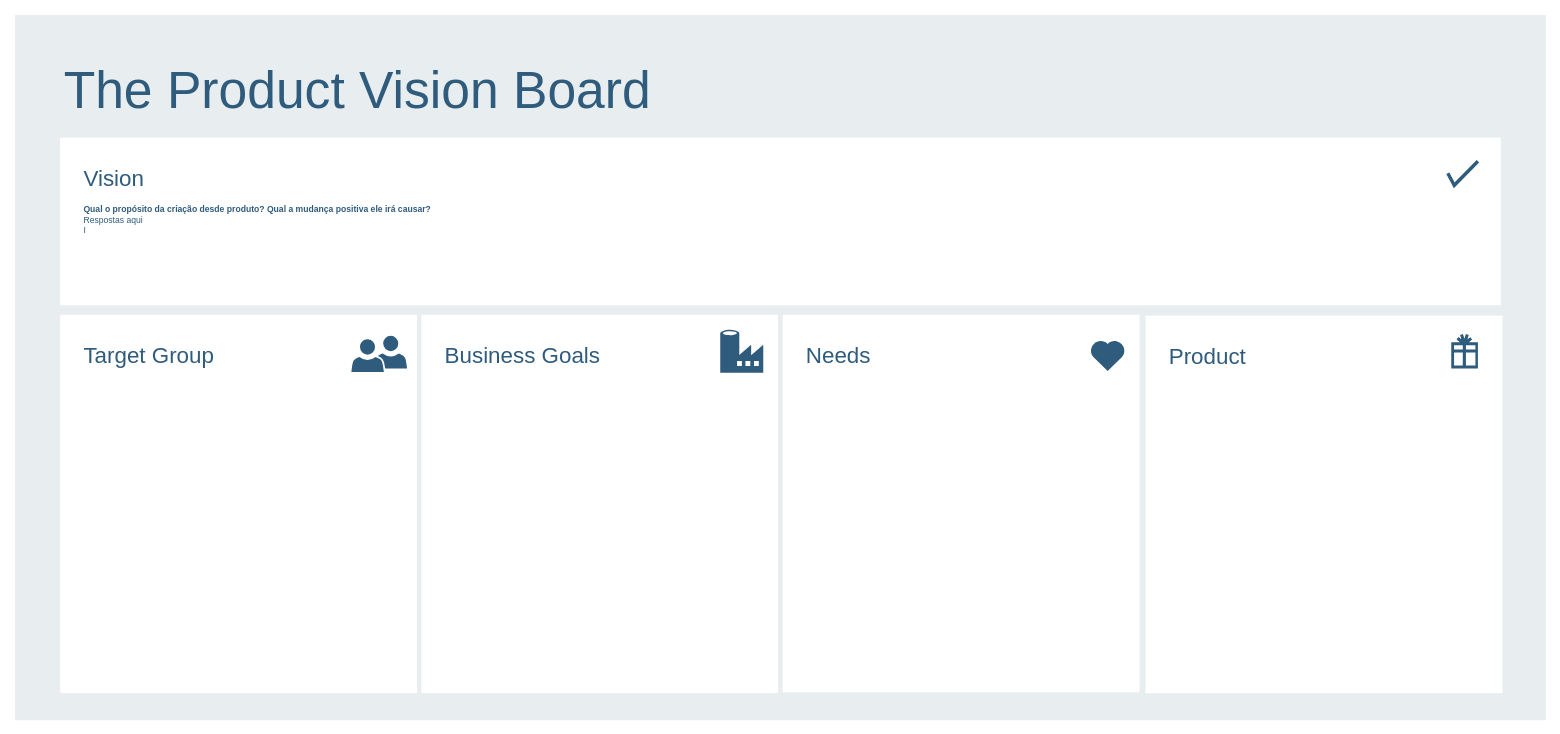
The draw.io diagram page "Product Vision Board" (2 of 2) of Canvas GRUPO M - Cryptotitulo.drawio in GiuseppeMP/fiap-grupo-m, before the edit. Source tidied: cells renumbered, new cells numbered last; positions are measured from the earlier drawing's top-left corner, leaving out a move shared by most shapes. Both pictures are drawn from the tidied source at 86%, with x=0, y=0 at pixel (15, 15).
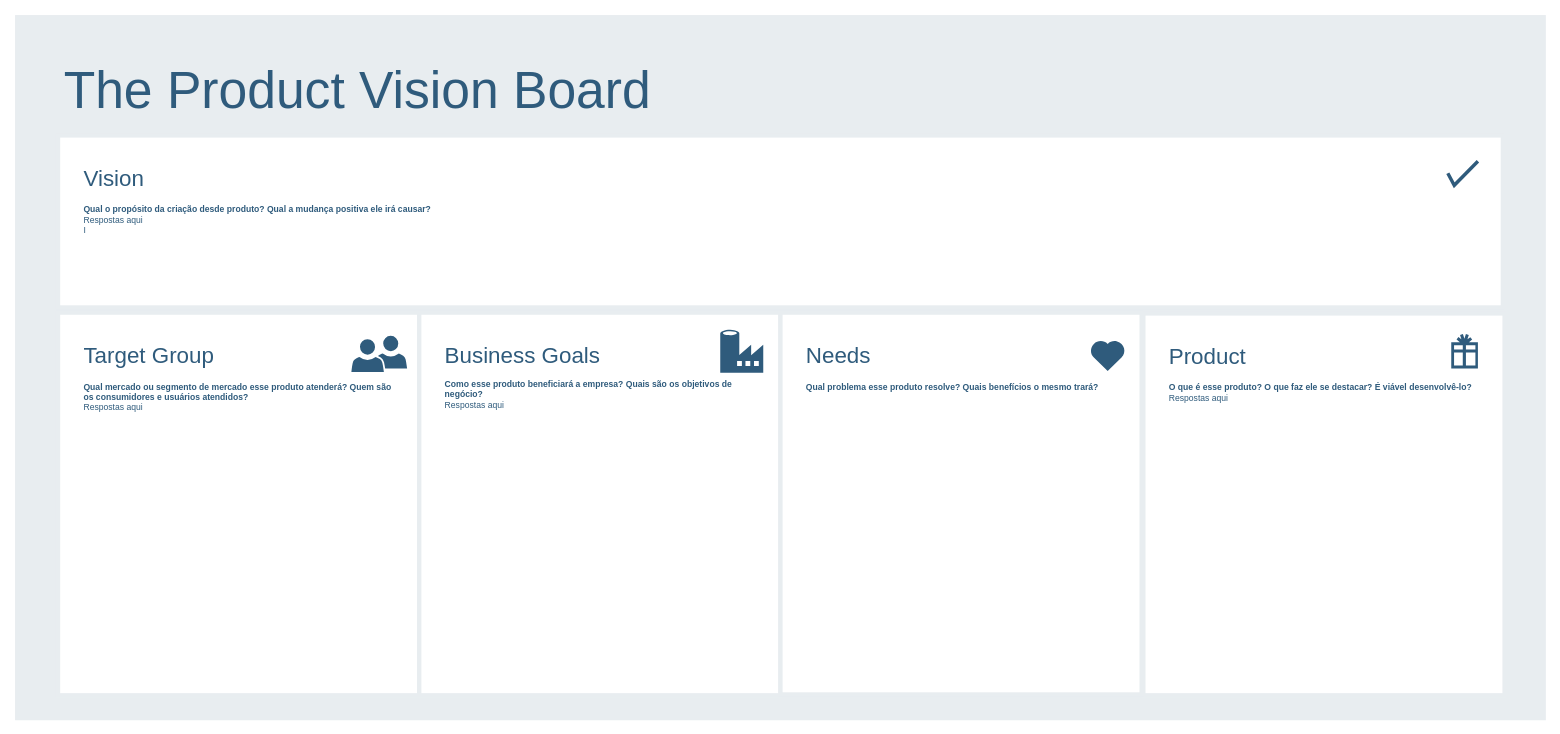
The same diagram, later.

The edit, as a diff of the source:
```diff
@@
 <mxGraphModel>
   <root>
     <mxCell id="0" />
     <mxCell id="1" parent="0" />
     <mxCell id="2" style="rounded=0;whiteSpace=wrap;html=1;shadow=0;labelBackgroundColor=none;strokeColor=none;strokeWidth=3;fillColor=#e8edf0;fontSize=60;fontColor=#2F5B7C;align=left;" parent="1" vertex="1">
       <mxGeometry width="1780" height="820" as="geometry" />
     </mxCell>
-    <mxCell id="3" value="&lt;div style=&quot;font-size: 26px&quot;&gt;Product&lt;/div&gt;&lt;div&gt;&lt;br&gt;&lt;/div&gt;" style="rounded=0;whiteSpace=wrap;html=1;shadow=0;labelBackgroundColor=none;strokeColor=#e8edf0;strokeWidth=5;fillColor=#ffffff;fontSize=12;fontColor=#2F5B7C;align=left;verticalAlign=top;spacing=30;" parent="1" vertex="1">
+    <mxCell id="3" value="&lt;div style=&quot;font-size: 26px&quot;&gt;Product&lt;/div&gt;&lt;div&gt;&lt;br&gt;&lt;/div&gt;&lt;div&gt;&lt;div style=&quot;font-size: 10px&quot;&gt;&lt;span&gt;&lt;b&gt;O que é esse produto? O que faz ele se destacar? É viável desenvolvê-lo?&lt;/b&gt;&lt;/span&gt;&lt;/div&gt;&lt;div style=&quot;font-size: 10px&quot;&gt;&lt;span&gt;Respostas aqui&lt;/span&gt;&lt;br&gt;&lt;/div&gt;&lt;/div&gt;&lt;div&gt;&lt;br&gt;&lt;/div&gt;" style="rounded=0;whiteSpace=wrap;html=1;shadow=0;labelBackgroundColor=none;strokeColor=#e8edf0;strokeWidth=5;fillColor=#ffffff;fontSize=12;fontColor=#2F5B7C;align=left;verticalAlign=top;spacing=30;" parent="1" vertex="1">
       <mxGeometry x="1312" y="347" width="420" height="444" as="geometry" />
     </mxCell>
     <mxCell id="4" value="&lt;font&gt;&lt;font style=&quot;font-size: 26px&quot;&gt;Vision&lt;/font&gt;&lt;br&gt;&lt;/font&gt;&lt;font style=&quot;font-size: 12px&quot;&gt;&lt;br style=&quot;font-size: 12px&quot;&gt;&lt;/font&gt;&lt;font style=&quot;font-size: 12px&quot;&gt;&lt;/font&gt;&lt;div style=&quot;font-size: 10px&quot;&gt;&lt;font style=&quot;font-size: 10px&quot;&gt;&lt;b&gt;Qual o propósito da criação desde produto? Qual a mudança positiva ele irá causar?&lt;br&gt;&lt;/b&gt;&lt;/font&gt;&lt;/div&gt;&lt;div style=&quot;font-size: 10px&quot;&gt;&lt;font style=&quot;font-size: 10px&quot;&gt;Respostas aqui&lt;br&gt;&lt;/font&gt;&lt;/div&gt;&lt;div style=&quot;font-size: 10px&quot;&gt;&lt;font style=&quot;font-size: 10px&quot;&gt;I&lt;/font&gt;&lt;/div&gt;&lt;div style=&quot;font-size: 12px&quot;&gt;&lt;br style=&quot;font-size: 12px&quot;&gt;&lt;/div&gt;" style="rounded=0;whiteSpace=wrap;html=1;shadow=0;labelBackgroundColor=none;strokeColor=#e8edf0;strokeWidth=5;fillColor=#ffffff;fontSize=12;fontColor=#2F5B7C;align=left;verticalAlign=top;spacing=30;" parent="1" vertex="1">
       <mxGeometry x="50" y="140" width="1680" height="200" as="geometry" />
     </mxCell>
-    <mxCell id="5" value="&lt;font&gt;&lt;font style=&quot;font-size: 26px&quot;&gt;Target Group&lt;/font&gt;&lt;br style=&quot;font-size: 12px&quot;&gt;&lt;/font&gt;&lt;font&gt;&lt;br style=&quot;font-size: 12px&quot;&gt;&lt;/font&gt;" style="rounded=0;whiteSpace=wrap;html=1;shadow=0;labelBackgroundColor=none;strokeColor=#e8edf0;strokeWidth=5;fillColor=#ffffff;fontSize=12;fontColor=#2F5B7C;align=left;verticalAlign=top;spacing=30;" parent="1" vertex="1">
+    <mxCell id="5" value="&lt;font&gt;&lt;font style=&quot;font-size: 26px&quot;&gt;Target Group&lt;/font&gt;&lt;br style=&quot;font-size: 12px&quot;&gt;&lt;/font&gt;&lt;font&gt;&lt;br&gt;&lt;div style=&quot;font-size: 10px&quot;&gt;&lt;b&gt;Qual mercado ou segmento de mercado esse produto atenderá? Quem são os consumidores e usuários atendidos?&lt;br&gt;&lt;/b&gt;&lt;/div&gt;&lt;div style=&quot;font-size: 10px&quot;&gt;Respostas aqui&lt;br&gt;&lt;/div&gt;&lt;div&gt;&lt;br&gt;&lt;/div&gt;&lt;/font&gt;" style="rounded=0;whiteSpace=wrap;html=1;shadow=0;labelBackgroundColor=none;strokeColor=#e8edf0;strokeWidth=5;fillColor=#ffffff;fontSize=12;fontColor=#2F5B7C;align=left;verticalAlign=top;spacing=30;" parent="1" vertex="1">
       <mxGeometry x="50" y="346" width="420" height="445" as="geometry" />
     </mxCell>
-    <mxCell id="6" value="&lt;div&gt;&lt;font style=&quot;font-size: 26px&quot;&gt;Business Goals&lt;br&gt;&lt;/font&gt;&lt;/div&gt;&lt;div&gt;&lt;br&gt;&lt;/div&gt;" style="rounded=0;whiteSpace=wrap;html=1;shadow=0;labelBackgroundColor=none;strokeColor=#e8edf0;strokeWidth=5;fillColor=#ffffff;fontSize=12;fontColor=#2F5B7C;align=left;verticalAlign=top;spacing=30;" parent="1" vertex="1">
+    <mxCell id="6" value="&lt;div&gt;&lt;font style=&quot;font-size: 26px&quot;&gt;Business Goals&lt;br&gt;&lt;/font&gt;&lt;/div&gt;&lt;div&gt;&lt;div style=&quot;font-size: 10px&quot;&gt;&lt;b&gt;&lt;br&gt;&lt;/b&gt;&lt;/div&gt;&lt;div style=&quot;font-size: 10px&quot;&gt;&lt;b&gt;Como esse produto beneficiará a empresa? Quais são os objetivos de negócio?&lt;br&gt;&lt;/b&gt;&lt;/div&gt;&lt;div style=&quot;font-size: 10px&quot;&gt;Respostas aqui&lt;br&gt;&lt;/div&gt;&lt;/div&gt;&lt;div&gt;&lt;br&gt;&lt;/div&gt;" style="rounded=0;whiteSpace=wrap;html=1;shadow=0;labelBackgroundColor=none;strokeColor=#e8edf0;strokeWidth=5;fillColor=#ffffff;fontSize=12;fontColor=#2F5B7C;align=left;verticalAlign=top;spacing=30;" parent="1" vertex="1">
       <mxGeometry x="470" y="346" width="420" height="445" as="geometry" />
     </mxCell>
-    <mxCell id="7" value="&lt;div style=&quot;font-size: 26px&quot;&gt;Needs&lt;/div&gt;&lt;div&gt;&lt;br&gt;&lt;/div&gt;&lt;div&gt;&lt;br&gt;&lt;/div&gt;" style="rounded=0;whiteSpace=wrap;html=1;shadow=0;labelBackgroundColor=none;strokeColor=#e8edf0;strokeWidth=5;fillColor=#ffffff;fontSize=12;fontColor=#2F5B7C;align=left;verticalAlign=top;spacing=30;" parent="1" vertex="1">
+    <mxCell id="7" value="&lt;div style=&quot;font-size: 26px&quot;&gt;Needs&lt;/div&gt;&lt;div&gt;&lt;br&gt;&lt;/div&gt;&lt;div&gt;&lt;div style=&quot;font-size: 10px&quot;&gt;&lt;span&gt;&lt;b&gt;Qual problema esse produto resolve? Quais benefícios o mesmo trará?&lt;/b&gt;&lt;/span&gt;&lt;br&gt;&lt;/div&gt;&lt;/div&gt;&lt;div&gt;&lt;br&gt;&lt;/div&gt;" style="rounded=0;whiteSpace=wrap;html=1;shadow=0;labelBackgroundColor=none;strokeColor=#e8edf0;strokeWidth=5;fillColor=#ffffff;fontSize=12;fontColor=#2F5B7C;align=left;verticalAlign=top;spacing=30;" parent="1" vertex="1">
       <mxGeometry x="890" y="346" width="420" height="444" as="geometry" />
     </mxCell>
     <mxCell id="8" value="The Product Vision Board" style="text;html=1;align=left;verticalAlign=top;spacingTop=-4;fontSize=60;fontColor=#2F5B7C;" parent="1" vertex="1">
       <mxGeometry x="55" y="50" width="730" height="70" as="geometry" />
     </mxCell>
     <mxCell id="9" style="html=1;verticalLabelPosition=bottom;labelBackgroundColor=#ffffff;verticalAlign=top;shadow=0;dashed=0;strokeWidth=4;shape=mxgraph.ios7.misc.check;strokeColor=#2F5B7C;fillColor=#ffffff;gradientColor=none;fontSize=12;fontColor=#2F5B7C;align=left;" parent="1" vertex="1">
       <mxGeometry x="1666" y="170" width="35" height="28" as="geometry" />
     </mxCell>
     <mxCell id="10" style="html=1;verticalLabelPosition=bottom;labelBackgroundColor=#ffffff;verticalAlign=top;strokeWidth=3;strokeColor=none;fillColor=#2F5B7C;shadow=0;dashed=0;shape=mxgraph.ios7.icons.heart;fontSize=12;fontColor=#2F5B7C;align=left;" parent="1" vertex="1">
       <mxGeometry x="1250" y="378" width="41" height="36" as="geometry" />
     </mxCell>
     <mxCell id="11" style="shadow=0;dashed=0;html=1;strokeColor=none;labelPosition=center;verticalLabelPosition=bottom;verticalAlign=top;shape=mxgraph.mscae.cloud.data_factory;fillColor=#2F5B7C;labelBackgroundColor=none;fontSize=10;fontColor=#2F5B7C;align=left;" parent="1" vertex="1">
       <mxGeometry x="820" y="366" width="50" height="50" as="geometry" />
     </mxCell>
     <mxCell id="12" style="shape=mxgraph.signs.travel.present;html=1;fillColor=#2F5B7C;strokeColor=none;verticalLabelPosition=bottom;verticalAlign=top;align=center;shadow=0;labelBackgroundColor=none;fontSize=12;fontColor=#2F5B7C;" parent="1" vertex="1">
       <mxGeometry x="1670" y="371" width="31" height="40" as="geometry" />
     </mxCell>
     <mxCell id="13" style="group;" parent="1" vertex="1">
       <mxGeometry x="390" y="376" width="60" height="40" as="geometry" />
     </mxCell>
     <mxCell id="14" style="shadow=0;dashed=0;html=1;strokeColor=#FFFFFF;labelPosition=center;verticalLabelPosition=bottom;verticalAlign=top;shape=mxgraph.office.users.user;fillColor=#2F5B7C;labelBackgroundColor=none;fontSize=10;fontColor=#000000;align=left;strokeWidth=2;" parent="13" vertex="1">
       <mxGeometry x="27" y="-4" width="40" height="40" as="geometry" />
     </mxCell>
     <mxCell id="15" style="shadow=0;dashed=0;html=1;strokeColor=#FFFFFF;labelPosition=center;verticalLabelPosition=bottom;verticalAlign=top;shape=mxgraph.office.users.user;fillColor=#2F5B7C;labelBackgroundColor=none;fontSize=10;fontColor=#000000;align=left;strokeWidth=2;" parent="13" vertex="1">
       <mxGeometry width="40" height="40" as="geometry" />
     </mxCell>
   </root>
 </mxGraphModel>
```
